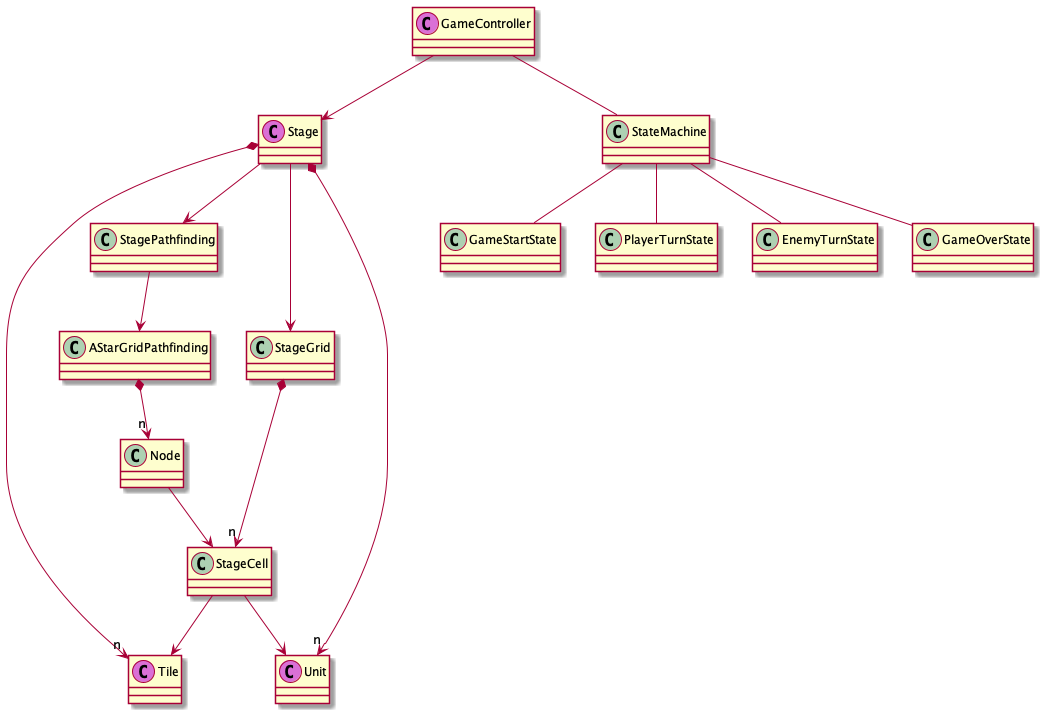
This is PlantUML/out/PlantUML/class/class-overview.png from tukanpo/cm12-turn-based-game, a PlantUML export, as it was before one commit.
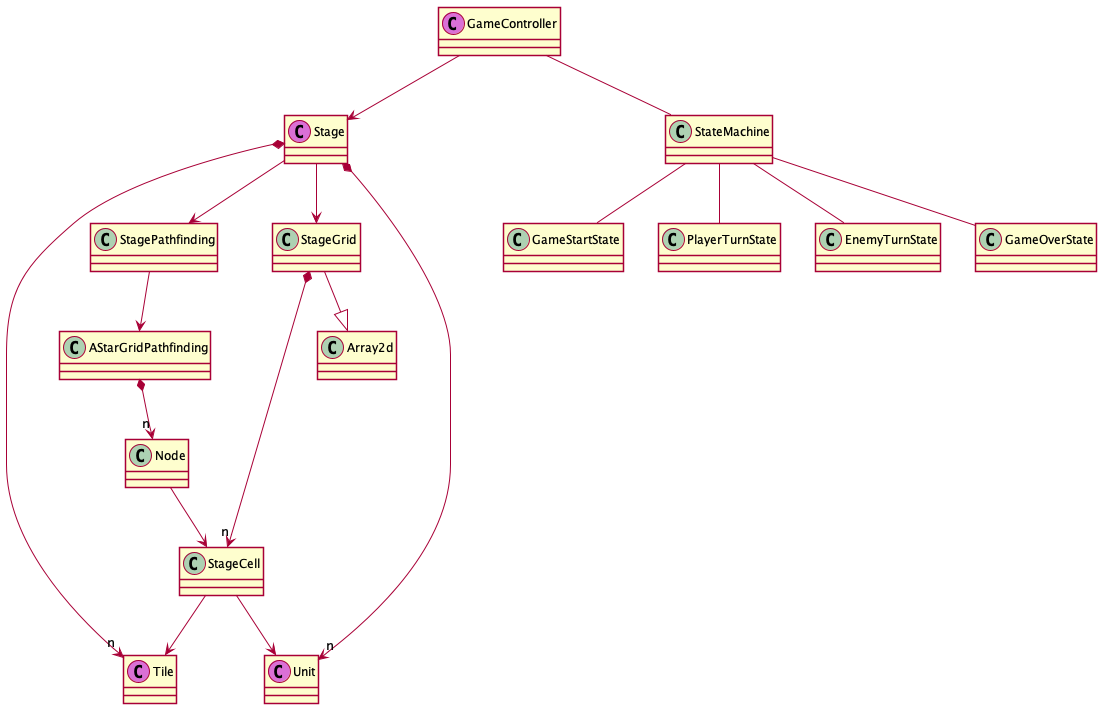
Later version of the same file.

Diff of the diagram source:
```diff
@@ -1,4 +1,5 @@
 @startuml class-overview
+skinparam shadowing false
 class GameController << (C,orchid) >>
 class Stage << (C,orchid) >>
 class Tile << (C,orchid) >>
@@ -11,6 +12,7 @@
 GameController --> Stage
 Stage *--> "n" Unit
 Stage --> StageGrid
+StageGrid --|> Array2d
 Stage *--> "n" Tile
 StageGrid *--> "n" StageCell
 StageCell --> Tile
```
